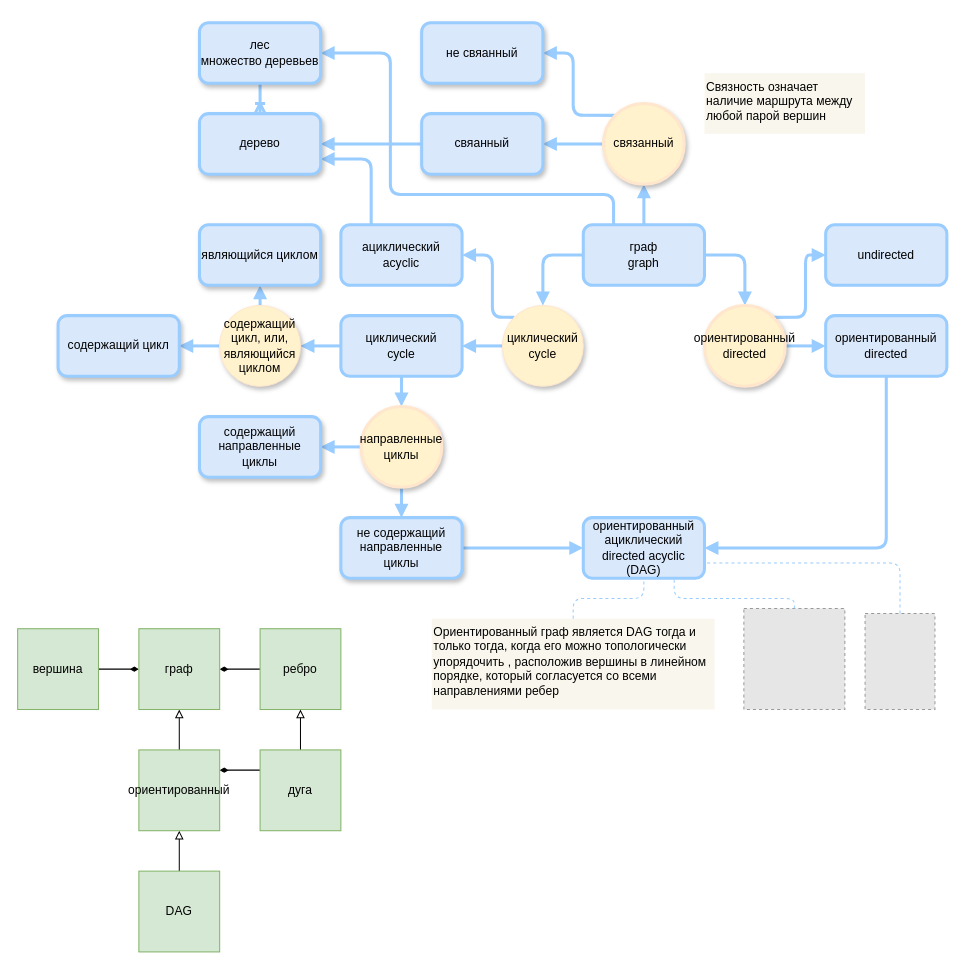
The draw.io diagram drawio/graph.drawio in bondalen/vscode-diagrams, before the edit. Source tidied: cells renumbered, new cells numbered last; positions are measured from the earlier drawing's top-left corner, leaving out a move shared by most shapes. Both pictures are drawn from the tidied source at 101%, with x=0, y=0 at pixel (17, 22). Pictures stored in the file or linked from it are replaced by grey dashed boxes.
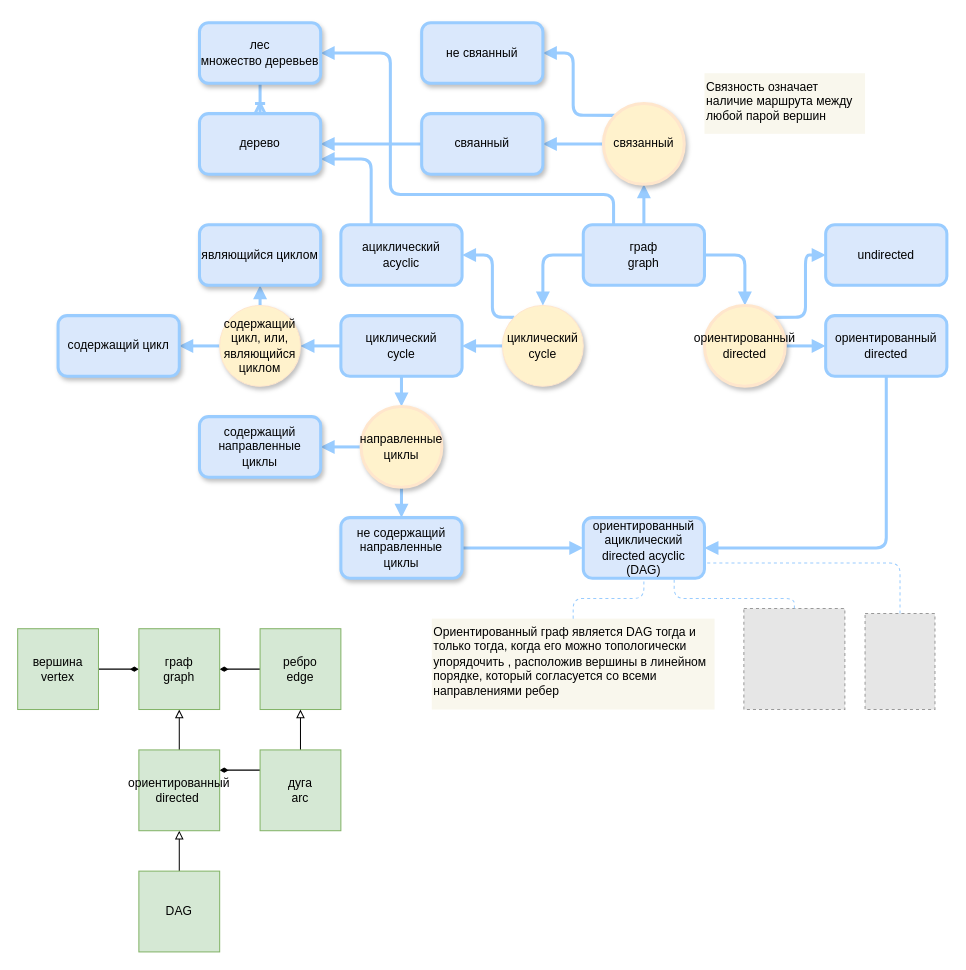
Above is the later version.

The edit, as a diff of the source:
```diff
@@
-    <mxCell id="52" value="граф" style="whiteSpace=wrap;html=1;fillColor=#d5e8d4;strokeColor=#82b366;" parent="1" vertex="1">
+    <mxCell id="52" value="граф&#10;graph" style="whiteSpace=wrap;html=1;fillColor=#d5e8d4;strokeColor=#82b366;" parent="1" vertex="1">
       <mxGeometry x="120" y="600" width="80" height="80" as="geometry" />
     </mxCell>
-    <mxCell id="53" value="вершина" style="whiteSpace=wrap;html=1;fillColor=#d5e8d4;strokeColor=#82b366;" parent="1" vertex="1">
+    <mxCell id="53" value="вершина&#10;vertex" style="whiteSpace=wrap;html=1;fillColor=#d5e8d4;strokeColor=#82b366;" parent="1" vertex="1">
       <mxGeometry y="600" width="80" height="80" as="geometry" />
     </mxCell>
-    <mxCell id="54" value="ребро" style="whiteSpace=wrap;html=1;fillColor=#d5e8d4;strokeColor=#82b366;" parent="1" vertex="1">
+    <mxCell id="54" value="ребро&#10;edge" style="whiteSpace=wrap;html=1;fillColor=#d5e8d4;strokeColor=#82b366;" parent="1" vertex="1">
       <mxGeometry x="240" y="600" width="80" height="80" as="geometry" />
     </mxCell>
@@
-    <mxCell id="57" value="ориентированный" style="whiteSpace=wrap;html=1;fillColor=#d5e8d4;strokeColor=#82b366;" parent="1" vertex="1">
+    <mxCell id="57" value="ориентированный&#10;directed " style="whiteSpace=wrap;html=1;fillColor=#d5e8d4;strokeColor=#82b366;" parent="1" vertex="1">
       <mxGeometry x="120" y="720" width="80" height="80" as="geometry" />
     </mxCell>
@@
-    <mxCell id="59" value="дуга" style="whiteSpace=wrap;html=1;fillColor=#d5e8d4;strokeColor=#82b366;" parent="1" vertex="1">
+    <mxCell id="59" value="дуга&#10;arc" style="whiteSpace=wrap;html=1;fillColor=#d5e8d4;strokeColor=#82b366;" parent="1" vertex="1">
       <mxGeometry x="240" y="720" width="80" height="80" as="geometry" />
     </mxCell>
```
